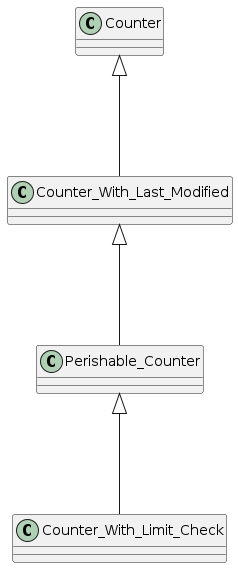
grenle/js-counters keeps this PlantUML diagram as readme-assets/class-diagram.png. Above is the earlier version.
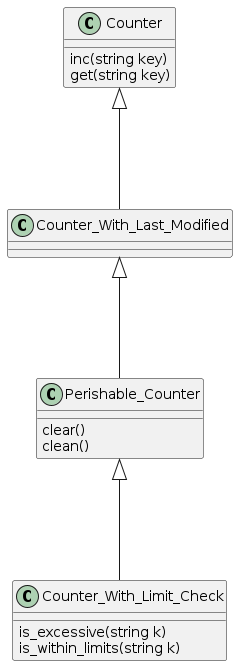
The same diagram one commit later.

Commit message:
Finish class diagram

Diff of the diagram source:
```diff
@@ -3,4 +3,13 @@
 Counter <|--- Counter_With_Last_Modified
 Counter_With_Last_Modified <|--- Perishable_Counter
 Perishable_Counter <|--- Counter_With_Limit_Check
+
+Counter : inc(string key)
+Counter : get(string key)
+
+Perishable_Counter : clear()
+Perishable_Counter : clean()
+
+Counter_With_Limit_Check : is_excessive(string k)
+Counter_With_Limit_Check : is_within_limits(string k)
 @enduml
```
